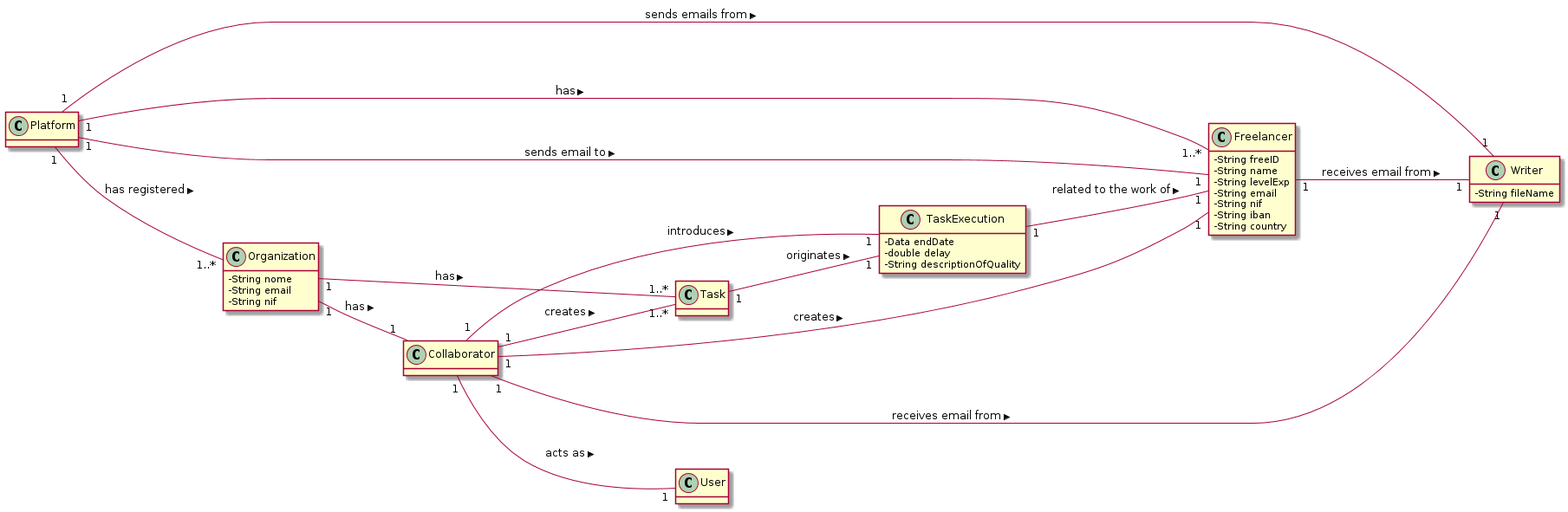
Above: docs/UC10/UC10_MD.png in 1190452/LAPR2 (PlantUML), before the change. Source of this version:
```plantuml
@startuml
skinparam classAttributeIconSize 0
hide methods
left to right direction

class Platform{
}

class Freelancer {
  -String freeID
  -String name
  -String levelExp
  -String email
  -String nif
  -String iban
  -String country
}

class Organization {
  -String nome
  -String email
  -String nif
}


class TaskExecution{
  -Data endDate
  -double delay
  -String descriptionOfQuality
  }

class Writer{
  -String fileName
  }

Freelancer "1" -- "1" Writer: receives email from >

Platform "1" -- "1..*" Organization: has registered >
Platform "1" -- "1..*" Freelancer: has >
Platform "1" -- "1" Freelancer: sends email to >
Platform "1" -- "1" Writer : sends emails from >

Organization "1" -- "1" Collaborator: has >
Organization "1" -- "1..*" Task: has >

Collaborator "1" -- "1" Freelancer: creates >
Collaborator "1" -- "1..*" Task: creates >
Collaborator "1" -- "1" User: acts as >
Collaborator "1" -- "1" TaskExecution: introduces >
Collaborator "1" -- "1" Writer: receives email from >

TaskExecution "1" -- "1" Freelancer: related to the work of >

Task "1" -- "1" TaskExecution : originates >
@enduml
```
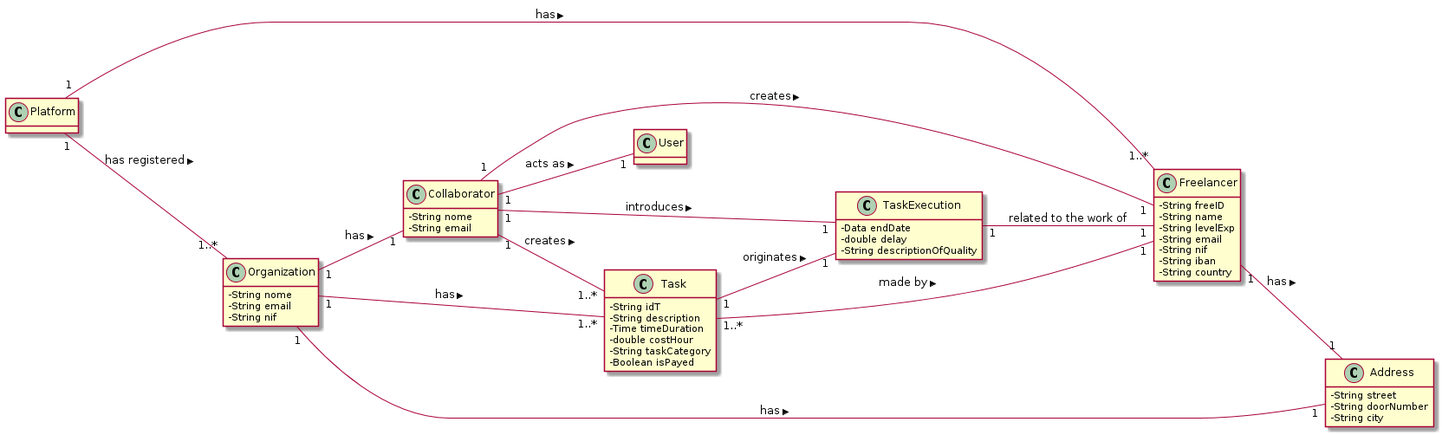
The same diagram one commit later.

Change to the diagram source:
```diff
@@ -5,7 +5,6 @@
 
 class Platform{
 }
-
 class Freelancer {
   -String freeID
   -String name
@@ -22,6 +21,31 @@
   -String nif
 }
 
+class Collaborator{
+  -String nome
+  -String email
+}
+
+class Task {
+  -String idT
+  -String description
+  -Time timeDuration
+  -double costHour
+  -String taskCategory
+  -Boolean isPayed
+}
+
+
+
+class User {
+}
+
+
+class Address{
+  -String street
+  -String doorNumber
+  -String city
+}
 
 class TaskExecution{
   -Data endDate
@@ -29,27 +53,27 @@
   -String descriptionOfQuality
   }
 
-class Writer{
-  -String fileName
-  }
 
-Freelancer "1" -- "1" Writer: receives email from >
+
+Freelancer "1" -- "1" Address: has >
+
+Task "1..*" -- "1" Freelancer: made by >
+
 
 Platform "1" -- "1..*" Organization: has registered >
 Platform "1" -- "1..*" Freelancer: has >
-Platform "1" -- "1" Freelancer: sends email to >
-Platform "1" -- "1" Writer : sends emails from >
 
+Organization "1" -- "1" Address: has >
 Organization "1" -- "1" Collaborator: has >
 Organization "1" -- "1..*" Task: has >
+
 
 Collaborator "1" -- "1" Freelancer: creates >
 Collaborator "1" -- "1..*" Task: creates >
 Collaborator "1" -- "1" User: acts as >
 Collaborator "1" -- "1" TaskExecution: introduces >
-Collaborator "1" -- "1" Writer: receives email from >
 
-TaskExecution "1" -- "1" Freelancer: related to the work of >
+TaskExecution "1" -- "1" Freelancer: related to the work of
 
 Task "1" -- "1" TaskExecution : originates >
 @enduml
```
